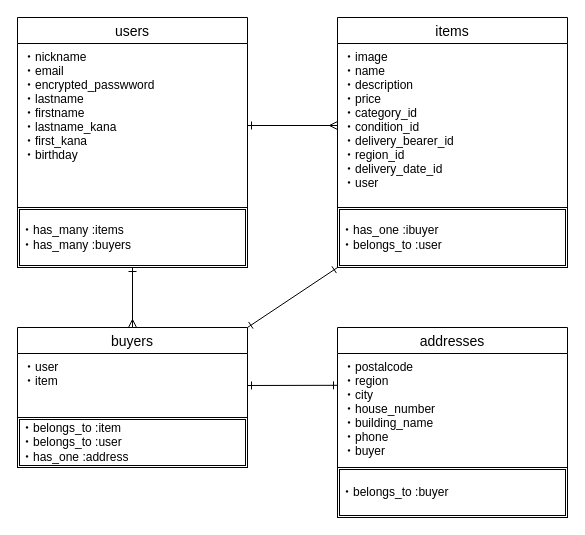
naaa0/furima-38215 keeps this draw.io diagram as furima.dio. Above is the earlier version. Source tidied: cells renumbered, new cells numbered last; positions are measured from the earlier drawing's top-left corner, leaving out a move shared by most shapes. Both pictures are drawn from the tidied source at 100%, with x=0, y=0 at pixel (17, 17).
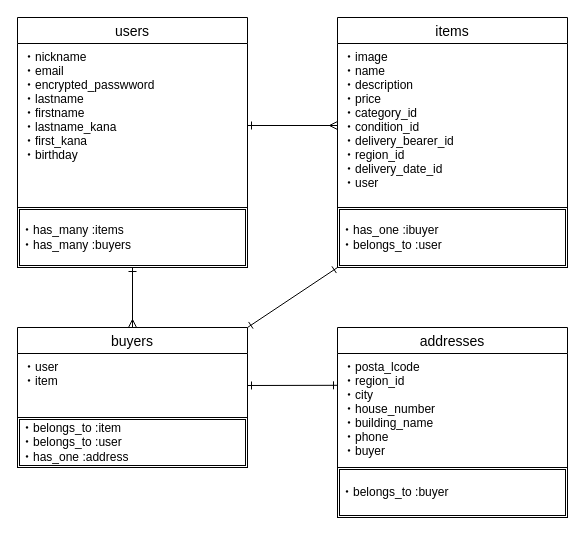
The same diagram, later.

Commit message:
データベース設計の修正2

Diff of the diagram source:
```diff
@@
 <mxGraphModel>
   <root>
     <mxCell id="0" />
     <mxCell id="1" parent="0" />
     <mxCell id="2" value="users" style="swimlane;fontStyle=0;horizontal=1;startSize=26;align=center;fontSize=14;" parent="1" vertex="1">
       <mxGeometry width="230" height="250" as="geometry" />
     </mxCell>
     <mxCell id="3" value="・nickname&#10;・email&#10;・encrypted_passwword&#10;・lastname&#10;・firstname&#10;・lastname_kana&#10;・first_kana&#10;・birthday" style="text;strokeColor=none;fillColor=none;spacingLeft=4;spacingRight=4;overflow=hidden;points=[[0,0.5],[1,0.5]];portConstraint=eastwest;fontSize=12;" parent="2" vertex="1">
       <mxGeometry y="26" width="230" height="164" as="geometry" />
     </mxCell>
     <mxCell id="4" value="&lt;div&gt;&lt;span&gt;・has_many :items&lt;/span&gt;&lt;/div&gt;&lt;div&gt;&lt;span&gt;・has_many :buyers&lt;/span&gt;&lt;/div&gt;" style="shape=ext;double=1;rounded=0;whiteSpace=wrap;html=1;align=left;" parent="2" vertex="1">
       <mxGeometry y="190" width="230" height="60" as="geometry" />
     </mxCell>
     <mxCell id="5" value="items" style="swimlane;fontStyle=0;horizontal=1;startSize=26;align=center;fontSize=14;" parent="1" vertex="1">
       <mxGeometry x="320" width="230" height="250" as="geometry" />
     </mxCell>
     <mxCell id="6" value="・image&#10;・name&#10;・description&#10;・price&#10;・category_id&#10;・condition_id&#10;・delivery_bearer_id&#10;・region_id&#10;・delivery_date_id&#10;・user" style="text;strokeColor=none;fillColor=none;spacingLeft=4;spacingRight=4;overflow=hidden;points=[[0,0.5],[1,0.5]];portConstraint=eastwest;fontSize=12;" parent="5" vertex="1">
       <mxGeometry y="26" width="230" height="164" as="geometry" />
     </mxCell>
     <mxCell id="7" value="&lt;div&gt;&lt;span&gt;・has_one :ibuyer&lt;/span&gt;&lt;/div&gt;&lt;div&gt;&lt;span&gt;・belongs_to :user&lt;/span&gt;&lt;/div&gt;" style="shape=ext;double=1;rounded=0;whiteSpace=wrap;html=1;align=left;" parent="5" vertex="1">
       <mxGeometry y="190" width="230" height="60" as="geometry" />
     </mxCell>
     <mxCell id="8" style="edgeStyle=none;html=1;exitX=1;exitY=0;exitDx=0;exitDy=0;entryX=0;entryY=1;entryDx=0;entryDy=0;startArrow=ERone;startFill=0;endArrow=ERone;endFill=0;" parent="1" edge="1" source="9" target="7">
       <mxGeometry relative="1" as="geometry" />
     </mxCell>
     <mxCell id="9" value="buyers" style="swimlane;fontStyle=0;horizontal=1;startSize=26;align=center;fontSize=14;" parent="1" vertex="1">
       <mxGeometry y="310" width="230" height="140" as="geometry" />
     </mxCell>
     <mxCell id="10" value="・user&#10;・item" style="text;strokeColor=none;fillColor=none;spacingLeft=4;spacingRight=4;overflow=hidden;points=[[0,0.5],[1,0.5]];portConstraint=eastwest;fontSize=12;" parent="9" vertex="1">
       <mxGeometry y="26" width="230" height="64" as="geometry" />
     </mxCell>
     <mxCell id="11" value="&lt;div&gt;&lt;span&gt;・belongs_to :item&lt;/span&gt;&lt;/div&gt;&lt;div&gt;&lt;span&gt;・belongs_to :user&lt;/span&gt;&lt;/div&gt;&lt;div&gt;・has_one :address&lt;/div&gt;" style="shape=ext;double=1;rounded=0;whiteSpace=wrap;html=1;align=left;" parent="9" vertex="1">
       <mxGeometry y="90" width="230" height="50" as="geometry" />
     </mxCell>
     <mxCell id="12" style="edgeStyle=none;html=1;exitX=1;exitY=0.5;exitDx=0;exitDy=0;entryX=0;entryY=0.5;entryDx=0;entryDy=0;startArrow=ERone;startFill=0;endArrow=ERmany;endFill=0;" parent="1" edge="1" source="3" target="6">
       <mxGeometry relative="1" as="geometry" />
     </mxCell>
     <mxCell id="13" value="addresses" style="swimlane;fontStyle=0;horizontal=1;startSize=26;align=center;fontSize=14;" parent="1" vertex="1">
       <mxGeometry x="320" y="310" width="230" height="190" as="geometry" />
     </mxCell>
-    <mxCell id="14" value="・postalcode&#10;・region&#10;・city&#10;・house_number&#10;・building_name&#10;・phone&#10;・buyer" style="text;strokeColor=none;fillColor=none;spacingLeft=4;spacingRight=4;overflow=hidden;points=[[0,0.5],[1,0.5]];portConstraint=eastwest;fontSize=12;" parent="13" vertex="1">
+    <mxCell id="14" value="・posta_lcode&#10;・region_id&#10;・city&#10;・house_number&#10;・building_name&#10;・phone&#10;・buyer" style="text;strokeColor=none;fillColor=none;spacingLeft=4;spacingRight=4;overflow=hidden;points=[[0,0.5],[1,0.5]];portConstraint=eastwest;fontSize=12;" parent="13" vertex="1">
       <mxGeometry y="26" width="230" height="114" as="geometry" />
     </mxCell>
     <mxCell id="15" value="&lt;span&gt;・belongs_to :buyer&lt;br&gt;&lt;/span&gt;" style="shape=ext;double=1;rounded=0;whiteSpace=wrap;html=1;align=left;" parent="13" vertex="1">
       <mxGeometry y="140" width="230" height="50" as="geometry" />
     </mxCell>
     <mxCell id="16" style="edgeStyle=none;html=1;exitX=0.5;exitY=1;exitDx=0;exitDy=0;entryX=0.5;entryY=0;entryDx=0;entryDy=0;startArrow=ERone;startFill=0;endArrow=ERmany;endFill=0;" parent="1" edge="1" source="4" target="9">
       <mxGeometry relative="1" as="geometry" />
     </mxCell>
     <mxCell id="17" style="edgeStyle=none;html=1;exitX=1;exitY=0.5;exitDx=0;exitDy=0;entryX=0;entryY=0.279;entryDx=0;entryDy=0;entryPerimeter=0;startArrow=ERone;startFill=0;endArrow=ERone;endFill=0;" parent="1" edge="1" source="10" target="14">
       <mxGeometry relative="1" as="geometry" />
     </mxCell>
   </root>
 </mxGraphModel>
```
